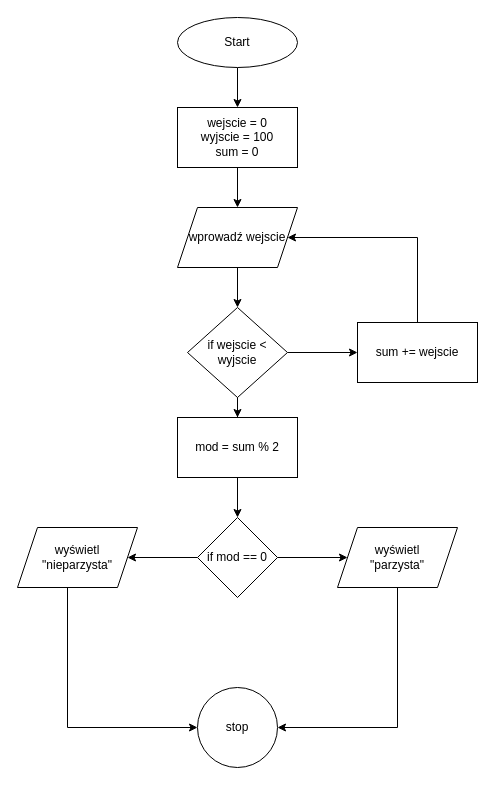
Earlier version of the draw.io diagram first task.drawio (damkis1/diagrams). Source tidied: cells renumbered, new cells numbered last; positions are measured from the earlier drawing's top-left corner, leaving out a move shared by most shapes. Both pictures are drawn from the tidied source at 100%, with x=0, y=0 at pixel (17, 17).
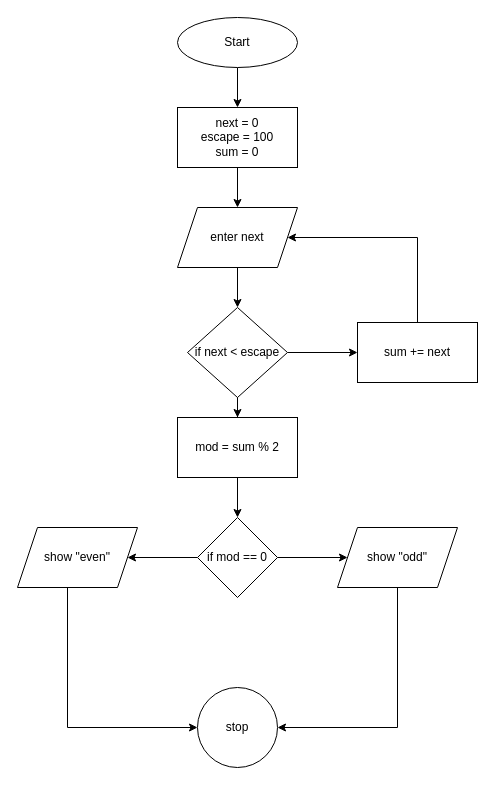
The same page after the edit.

Change to the diagram source:
```diff
@@
-    <mxCell id="5" value="wejscie = 0&lt;br&gt;wyjscie = 100&lt;br&gt;sum = 0" style="whiteSpace=wrap;html=1;" parent="1" vertex="1">
+    <mxCell id="5" value="next = 0&lt;br&gt;escape = 100&lt;br&gt;sum = 0" style="whiteSpace=wrap;html=1;" parent="1" vertex="1">
       <mxGeometry x="160" y="90" width="120" height="60" as="geometry" />
     </mxCell>
@@
-    <mxCell id="7" value="wprowadź wejscie" style="shape=parallelogram;perimeter=parallelogramPerimeter;whiteSpace=wrap;html=1;fixedSize=1;" parent="1" vertex="1">
+    <mxCell id="7" value="enter next" style="shape=parallelogram;perimeter=parallelogramPerimeter;whiteSpace=wrap;html=1;fixedSize=1;" parent="1" vertex="1">
       <mxGeometry x="160" y="190" width="120" height="60" as="geometry" />
     </mxCell>
@@
-    <mxCell id="11" value="if wejscie &amp;lt; wyjscie" style="rhombus;whiteSpace=wrap;html=1;" parent="1" vertex="1">
+    <mxCell id="11" value="if next &amp;lt; escape" style="rhombus;whiteSpace=wrap;html=1;" parent="1" vertex="1">
       <mxGeometry x="170" y="290" width="100" height="90" as="geometry" />
     </mxCell>
@@
-    <mxCell id="13" value="sum += wejscie" style="whiteSpace=wrap;html=1;" parent="1" vertex="1">
+    <mxCell id="13" value="sum += next" style="whiteSpace=wrap;html=1;" parent="1" vertex="1">
       <mxGeometry x="340" y="305" width="120" height="60" as="geometry" />
     </mxCell>
@@
-    <mxCell id="20" value="wyświetl &lt;br&gt;&quot;parzysta&quot;" style="shape=parallelogram;perimeter=parallelogramPerimeter;whiteSpace=wrap;html=1;fixedSize=1;rounded=0;" parent="1" vertex="1">
+    <mxCell id="20" value="show &quot;odd&quot;" style="shape=parallelogram;perimeter=parallelogramPerimeter;whiteSpace=wrap;html=1;fixedSize=1;rounded=0;" parent="1" vertex="1">
       <mxGeometry x="320" y="510" width="120" height="60" as="geometry" />
     </mxCell>
@@
-    <mxCell id="22" value="wyświetl &lt;br&gt;&quot;nieparzysta&quot;" style="shape=parallelogram;perimeter=parallelogramPerimeter;whiteSpace=wrap;html=1;fixedSize=1;rounded=0;" parent="1" vertex="1">
+    <mxCell id="22" value="show &quot;even&quot;" style="shape=parallelogram;perimeter=parallelogramPerimeter;whiteSpace=wrap;html=1;fixedSize=1;rounded=0;" parent="1" vertex="1">
       <mxGeometry y="510" width="120" height="60" as="geometry" />
     </mxCell>
```
